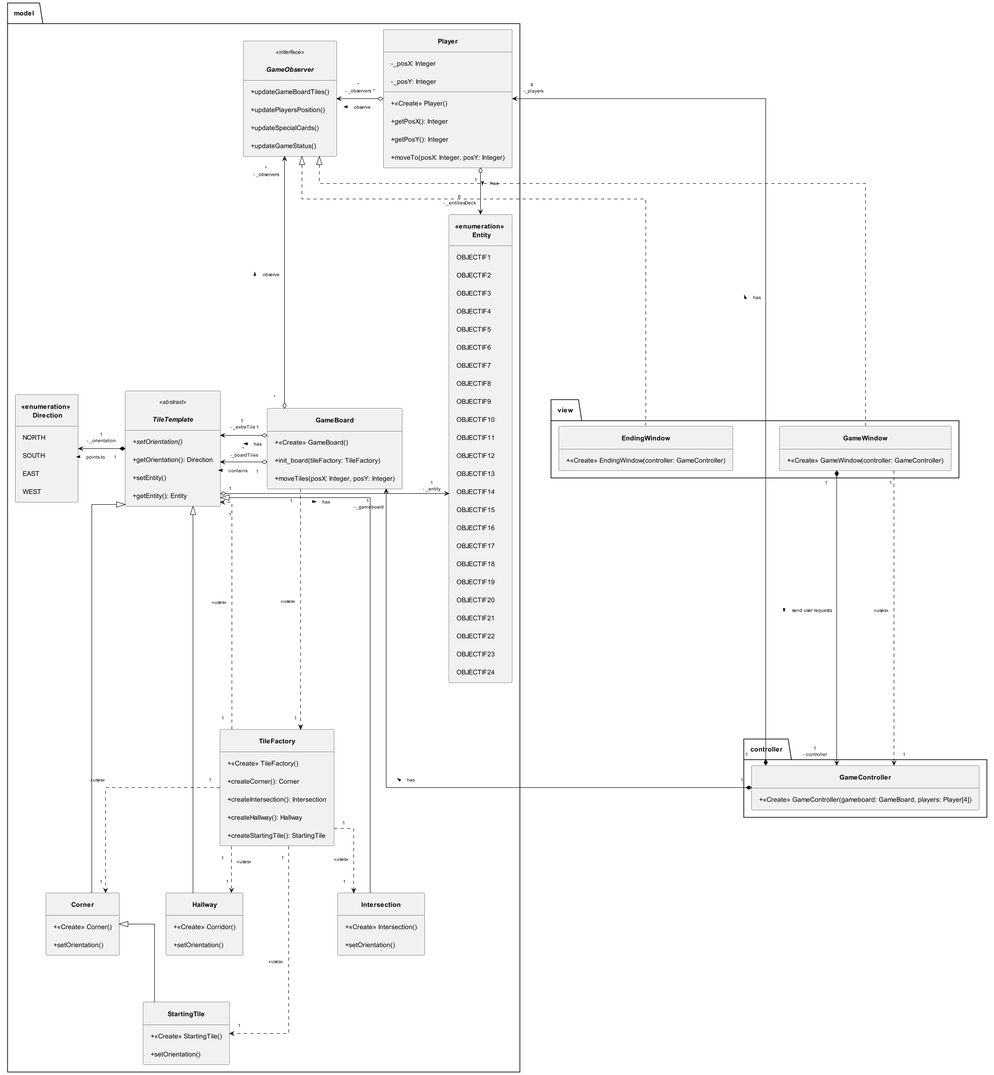
NiburusVN/Labyrinth_Minecraft_MBUI keeps this PlantUML diagram as uml/Rendu1.png. Above is the earlier version.
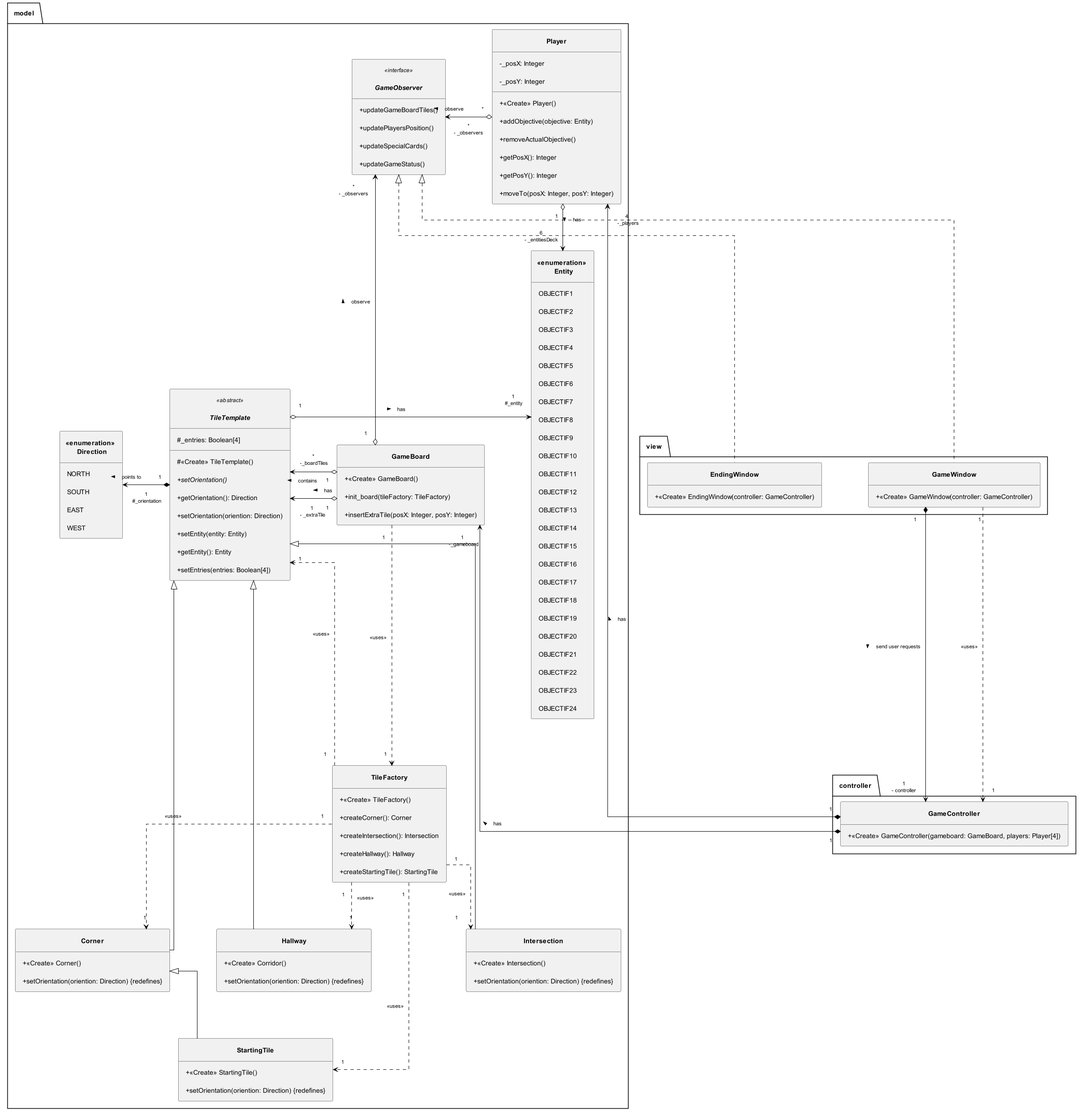
The same file after the commit.

Commit message:
Mise à jour du diagramme PUML png

The edit, as a diff of the source:
```diff
@@ -11,7 +11,7 @@
 skinparam classMargin 40
 skinparam ranksep 100
 skinparam nodesep 100
-skinparam ArrowFontSize 10
+skinparam ArrowFontSize 11
 skinparam ArrowColor black
 skinparam ArrowThickness 1
 
@@ -20,6 +20,8 @@
         +<<Create>> Player()
         -_posX: Integer
         -_posY: Integer
+        +addObjective(objective: Entity)
+        +removeActualObjective()
         +getPosX(): Integer
         +getPosY(): Integer
         +moveTo(posX: Integer, posY: Integer)
@@ -60,30 +62,34 @@
     }
 
     abstract class TileTemplate <<abstract>> {
+        #<<Create>> TileTemplate()
+        #_entries: Boolean[4]
         + {abstract} setOrientation()
         +getOrientation(): Direction
-        +setEntity()
+        +setOrientation(oriention: Direction)
+        +setEntity(entity: Entity)
         +getEntity(): Entity
+        +setEntries(entries: Boolean[4])
     }
 
     class Hallway extends TileTemplate {
         +<<Create>> Corridor()
-        +setOrientation()
+        +setOrientation(oriention: Direction) {redefines}
     }
 
     class Intersection extends TileTemplate {
         +<<Create>> Intersection()
-        +setOrientation()
+        +setOrientation(oriention: Direction) {redefines}
     }
 
     class Corner extends TileTemplate {
         +<<Create>> Corner()
-        +setOrientation()
+        +setOrientation(oriention: Direction) {redefines}
     }
 
     class StartingTile extends Corner {
         +<<Create>> StartingTile()
-        +setOrientation()
+        +setOrientation(oriention: Direction) {redefines}
     }
 
     class TileFactory {
@@ -97,7 +103,7 @@
     class GameBoard {
         +<<Create>> GameBoard()
         +init_board(tileFactory: TileFactory)
-        +moveTiles(posX: Integer, posY: Integer)
+        +insertExtraTile(posX: Integer, posY: Integer)
     }
 
     interface GameObserver <<interface>> {
@@ -124,6 +130,7 @@
     }
 }
 
+
 TileFactory "1" ..> "1" TileTemplate : <<uses>>
 TileFactory "1" ..> "1" Hallway : <<uses>>
 TileFactory "1" ..> "1" StartingTile : <<uses>>
@@ -132,8 +139,8 @@
 
 GameBoard "1" ..> "1" TileFactory : <<uses>>
 
-TileTemplate "1" *-left-> "1\n- _orientation" "<<enumeration>> \n Direction" : > points to
-TileTemplate "1" o-right-> "1\n- _entity" "<<enumeration>> \n Entity" : > has
+TileTemplate "1" *-left-> "1\n #_orientation" "<<enumeration>> \n Direction" : > points to
+TileTemplate "1" o-right-> "1\n #_entity" "<<enumeration>> \n Entity" : > has
 
 GameWindow "1" ..> "1" GameController : <<uses>>
 
@@ -146,7 +153,7 @@
 GameBoard "1" o-right-> "1\n - _extraTile" "TileTemplate" : > has
 
 GameWindow "1" *-down-> "1\n- controller" GameController : > send user requests
-GameBoard "*" o-up-> "*\n- _observers" "GameObserver" : > observe
+GameBoard "1" o-up-> "*\n- _observers" "GameObserver" : > observe
 Player "*" o-right-> "*\n- _observers" "GameObserver" : > observe
 
 @enduml
```
